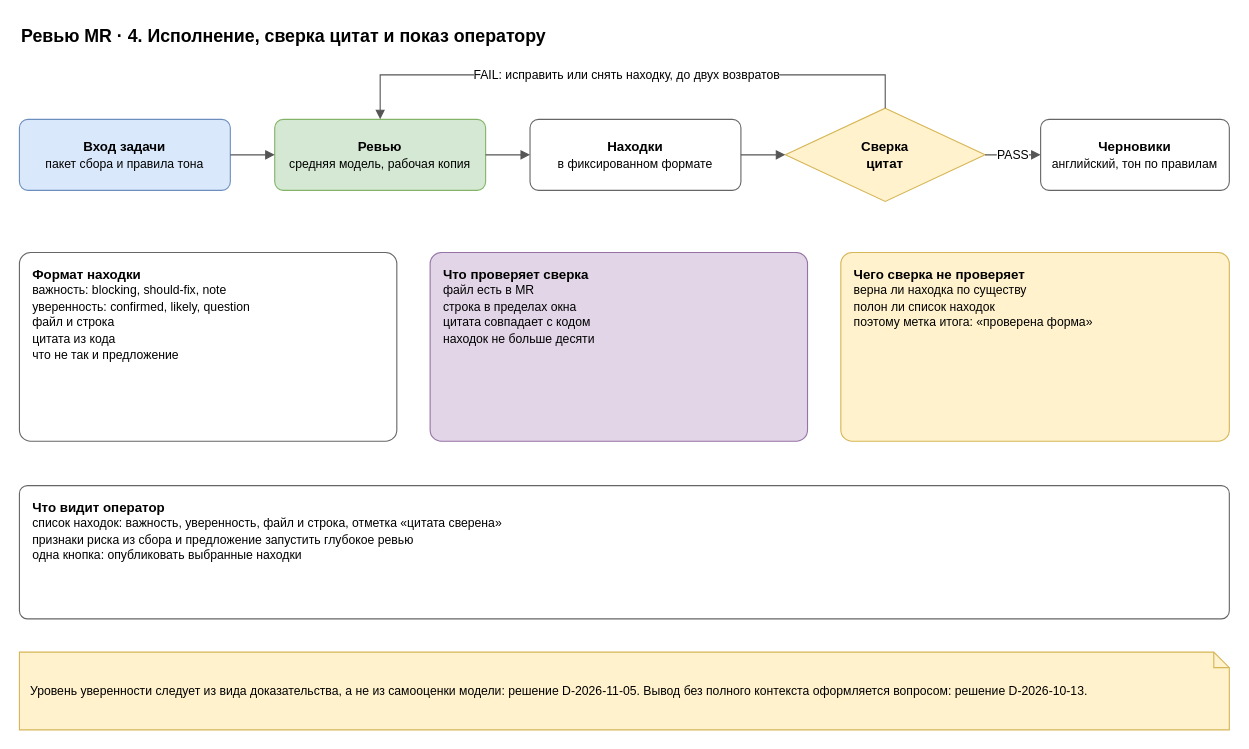
The draw.io diagram page "4. Исполнение и проверка" (4 of 7) of docs/spec/harness-instance-mr-review.drawio in roygkov/reins, before the edit. Source tidied: cells renumbered, new cells numbered last; positions are measured from the earlier drawing's top-left corner, leaving out a move shared by most shapes. Both pictures are drawn from the tidied source at 111%, with x=0, y=0 at pixel (19, 19).
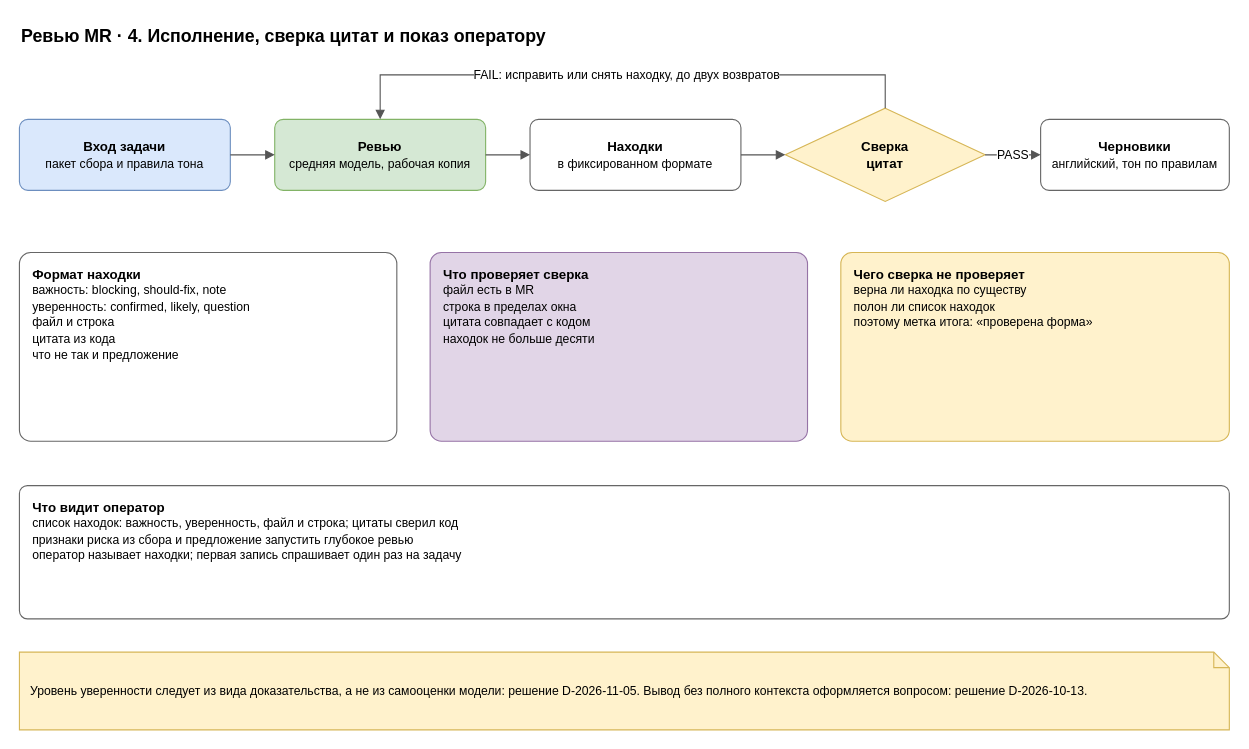
The same page after the edit.

What changed in the source:
```diff
@@
 <mxGraphModel>
   <root>
     <mxCell id="0" />
     <mxCell id="1" parent="0" />
     <mxCell id="2" value="Ревью MR · 4. Исполнение, сверка цитат и показ оператору" style="text;html=1;align=left;verticalAlign=middle;whiteSpace=wrap;fontSize=16;strokeColor=none;fillColor=none;fontStyle=1;" parent="1" vertex="1">
       <mxGeometry width="900" height="30" as="geometry" />
     </mxCell>
     <mxCell id="3" value="&lt;b&gt;Вход задачи&lt;/b&gt;&lt;br&gt;&lt;font style=&quot;font-size:11px&quot;&gt;пакет сбора и правила тона&lt;/font&gt;" style="rounded=1;whiteSpace=wrap;html=1;fillColor=#dae8fc;strokeColor=#6c8ebf;arcSize=12;" parent="1" vertex="1">
       <mxGeometry y="90" width="190" height="64" as="geometry" />
     </mxCell>
     <mxCell id="4" value="&lt;b&gt;Ревью&lt;/b&gt;&lt;br&gt;&lt;font style=&quot;font-size:11px&quot;&gt;средняя модель, рабочая копия&lt;/font&gt;" style="rounded=1;whiteSpace=wrap;html=1;fillColor=#d5e8d4;strokeColor=#82b366;arcSize=12;" parent="1" vertex="1">
       <mxGeometry x="230" y="90" width="190" height="64" as="geometry" />
     </mxCell>
     <mxCell id="5" value="&lt;b&gt;Находки&lt;/b&gt;&lt;br&gt;&lt;font style=&quot;font-size:11px&quot;&gt;в фиксированном формате&lt;/font&gt;" style="rounded=1;whiteSpace=wrap;html=1;fillColor=#ffffff;strokeColor=#666666;arcSize=12;" parent="1" vertex="1">
       <mxGeometry x="460" y="90" width="190" height="64" as="geometry" />
     </mxCell>
     <mxCell id="6" value="&lt;b&gt;Сверка&lt;br&gt;цитат&lt;/b&gt;" style="rhombus;whiteSpace=wrap;html=1;fillColor=#fff2cc;strokeColor=#d6b656;" parent="1" vertex="1">
       <mxGeometry x="690" y="80" width="180" height="84" as="geometry" />
     </mxCell>
     <mxCell id="7" value="&lt;b&gt;Черновики&lt;/b&gt;&lt;br&gt;&lt;font style=&quot;font-size:11px&quot;&gt;английский, тон по правилам&lt;/font&gt;" style="rounded=1;whiteSpace=wrap;html=1;fillColor=#ffffff;strokeColor=#666666;arcSize=12;" parent="1" vertex="1">
       <mxGeometry x="920" y="90" width="170" height="64" as="geometry" />
     </mxCell>
     <mxCell id="8" style="edgeStyle=orthogonalEdgeStyle;rounded=0;html=1;endArrow=block;endFill=1;strokeColor=#555555;fontSize=11;labelBackgroundColor=#ffffff;" parent="1" edge="1" source="3" target="4">
       <mxGeometry relative="1" as="geometry" />
     </mxCell>
     <mxCell id="9" style="edgeStyle=orthogonalEdgeStyle;rounded=0;html=1;endArrow=block;endFill=1;strokeColor=#555555;fontSize=11;labelBackgroundColor=#ffffff;" parent="1" edge="1" source="4" target="5">
       <mxGeometry relative="1" as="geometry" />
     </mxCell>
     <mxCell id="10" style="edgeStyle=orthogonalEdgeStyle;rounded=0;html=1;endArrow=block;endFill=1;strokeColor=#555555;fontSize=11;labelBackgroundColor=#ffffff;" parent="1" edge="1" source="5" target="6">
       <mxGeometry relative="1" as="geometry" />
     </mxCell>
     <mxCell id="11" value="PASS" style="edgeStyle=orthogonalEdgeStyle;rounded=0;html=1;endArrow=block;endFill=1;strokeColor=#555555;fontSize=11;labelBackgroundColor=#ffffff;" parent="1" edge="1" source="6" target="7">
       <mxGeometry relative="1" as="geometry" />
     </mxCell>
     <mxCell id="12" value="FAIL: исправить или снять находку, до двух возвратов" style="edgeStyle=orthogonalEdgeStyle;rounded=0;html=1;endArrow=block;endFill=1;strokeColor=#555555;fontSize=11;labelBackgroundColor=#ffffff;exitX=0.5;exitY=0;entryX=0.5;entryY=0;" parent="1" edge="1" source="6" target="4">
       <mxGeometry relative="1" as="geometry">
         <Array as="points">
           <mxPoint x="780" y="50" />
           <mxPoint x="325" y="50" />
         </Array>
       </mxGeometry>
     </mxCell>
     <mxCell id="13" value="&lt;b&gt;Формат находки&lt;/b&gt;&lt;br&gt;&lt;font style=&quot;font-size:11px&quot;&gt;важность: blocking, should-fix, note&lt;br&gt;уверенность: confirmed, likely, question&lt;br&gt;файл и строка&lt;br&gt;цитата из кода&lt;br&gt;что не так и предложение&lt;/font&gt;" style="rounded=1;whiteSpace=wrap;html=1;fillColor=#ffffff;strokeColor=#666666;arcSize=6;align=left;verticalAlign=top;spacingLeft=10;spacingTop=6;spacingRight=6;" parent="1" vertex="1">
       <mxGeometry y="210" width="340" height="170" as="geometry" />
     </mxCell>
     <mxCell id="14" value="&lt;b&gt;Что проверяет сверка&lt;/b&gt;&lt;br&gt;&lt;font style=&quot;font-size:11px&quot;&gt;файл есть в MR&lt;br&gt;строка в пределах окна&lt;br&gt;цитата совпадает с кодом&lt;br&gt;находок не больше десяти&lt;/font&gt;" style="rounded=1;whiteSpace=wrap;html=1;fillColor=#e1d5e7;strokeColor=#9673a6;arcSize=6;align=left;verticalAlign=top;spacingLeft=10;spacingTop=6;spacingRight=6;" parent="1" vertex="1">
       <mxGeometry x="370" y="210" width="340" height="170" as="geometry" />
     </mxCell>
     <mxCell id="15" value="&lt;b&gt;Чего сверка не проверяет&lt;/b&gt;&lt;br&gt;&lt;font style=&quot;font-size:11px&quot;&gt;верна ли находка по существу&lt;br&gt;полон ли список находок&lt;br&gt;поэтому метка итога: «проверена форма»&lt;/font&gt;" style="rounded=1;whiteSpace=wrap;html=1;fillColor=#fff2cc;strokeColor=#d6b656;arcSize=6;align=left;verticalAlign=top;spacingLeft=10;spacingTop=6;spacingRight=6;" parent="1" vertex="1">
       <mxGeometry x="740" y="210" width="350" height="170" as="geometry" />
     </mxCell>
-    <mxCell id="16" value="&lt;b&gt;Что видит оператор&lt;/b&gt;&lt;br&gt;&lt;font style=&quot;font-size:11px&quot;&gt;список находок: важность, уверенность, файл и строка, отметка «цитата сверена»&lt;br&gt;признаки риска из сбора и предложение запустить глубокое ревью&lt;br&gt;одна кнопка: опубликовать выбранные находки&lt;/font&gt;" style="rounded=1;whiteSpace=wrap;html=1;fillColor=#ffffff;strokeColor=#666666;arcSize=6;align=left;verticalAlign=top;spacingLeft=10;spacingTop=6;spacingRight=6;" parent="1" vertex="1">
+    <mxCell id="16" value="&lt;b&gt;Что видит оператор&lt;/b&gt;&lt;br&gt;&lt;font style=&quot;font-size:11px&quot;&gt;список находок: важность, уверенность, файл и строка; цитаты сверил код&lt;br&gt;признаки риска из сбора и предложение запустить глубокое ревью&lt;br&gt;оператор называет находки; первая запись спрашивает один раз на задачу&lt;/font&gt;" style="rounded=1;whiteSpace=wrap;html=1;fillColor=#ffffff;strokeColor=#666666;arcSize=6;align=left;verticalAlign=top;spacingLeft=10;spacingTop=6;spacingRight=6;" parent="1" vertex="1">
       <mxGeometry y="420" width="1090" height="120" as="geometry" />
     </mxCell>
     <mxCell id="17" value="Уровень уверенности следует из вида доказательства, а не из самооценки модели: решение D-2026-11-05. Вывод без полного контекста оформляется вопросом: решение D-2026-10-13." style="shape=note;whiteSpace=wrap;html=1;backgroundOutline=1;size=14;fillColor=#fff2cc;strokeColor=#d6b656;align=left;spacingLeft=8;spacingRight=8;fontSize=11;" parent="1" vertex="1">
       <mxGeometry y="570" width="1090" height="70" as="geometry" />
     </mxCell>
   </root>
 </mxGraphModel>
```
